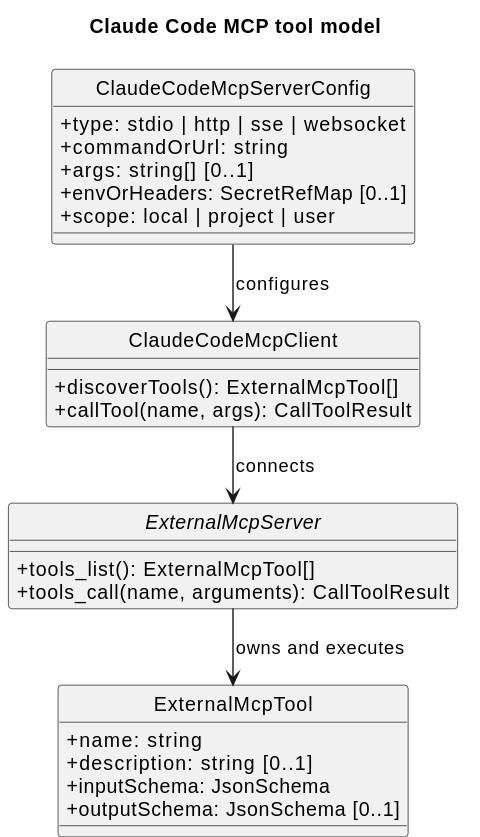
Before: config-to-tool-agent-research/claude_code_mcp_tool_model.svg, a diagram exported from PlantUML (superheromeZzh/pi-mono-java-design). Source of this version:
```plantuml
@startuml
!pragma layout smetana
title Claude Code MCP tool model
top to bottom direction
skinparam classAttributeIconSize 0
skinparam shadowing false
skinparam backgroundColor white
skinparam nodesep 25
skinparam ranksep 35
hide circle

class ClaudeCodeMcpServerConfig {
  +type: stdio | http | sse | websocket
  +commandOrUrl: string
  +args: string[] [0..1]
  +envOrHeaders: SecretRefMap [0..1]
  +scope: local | project | user
}
class ClaudeCodeMcpClient {
  +discoverTools(): ExternalMcpTool[]
  +callTool(name, args): CallToolResult
}
interface ExternalMcpServer {
  +tools_list(): ExternalMcpTool[]
  +tools_call(name, arguments): CallToolResult
}
class ExternalMcpTool {
  +name: string
  +description: string [0..1]
  +inputSchema: JsonSchema
  +outputSchema: JsonSchema [0..1]
}
ClaudeCodeMcpServerConfig -down-> ClaudeCodeMcpClient : configures
ClaudeCodeMcpClient -down-> ExternalMcpServer : connects
ExternalMcpServer -down-> ExternalMcpTool : owns and executes
@enduml
```
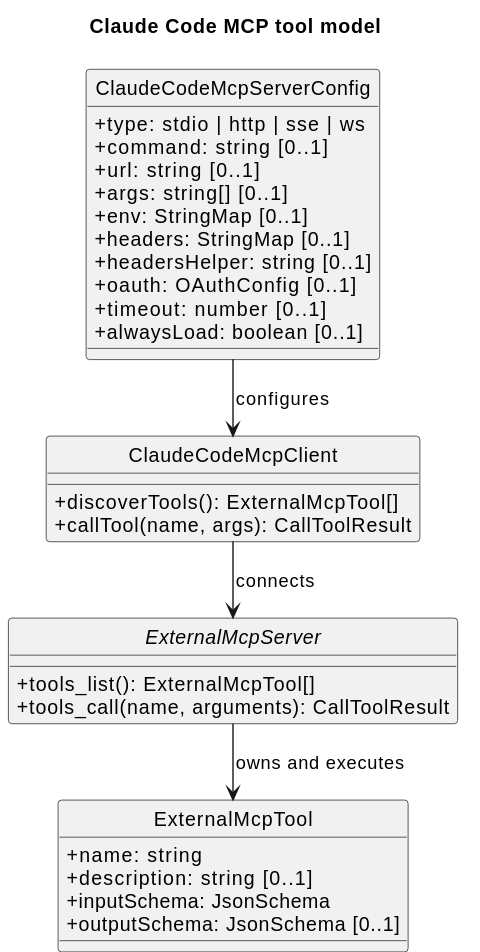
Above is the later version.

Change to the diagram source:
```diff
@@ -10,11 +10,16 @@
 hide circle
 
 class ClaudeCodeMcpServerConfig {
-  +type: stdio | http | sse | websocket
-  +commandOrUrl: string
+  +type: stdio | http | sse | ws
+  +command: string [0..1]
+  +url: string [0..1]
   +args: string[] [0..1]
-  +envOrHeaders: SecretRefMap [0..1]
-  +scope: local | project | user
+  +env: StringMap [0..1]
+  +headers: StringMap [0..1]
+  +headersHelper: string [0..1]
+  +oauth: OAuthConfig [0..1]
+  +timeout: number [0..1]
+  +alwaysLoad: boolean [0..1]
 }
 class ClaudeCodeMcpClient {
   +discoverTools(): ExternalMcpTool[]
```
